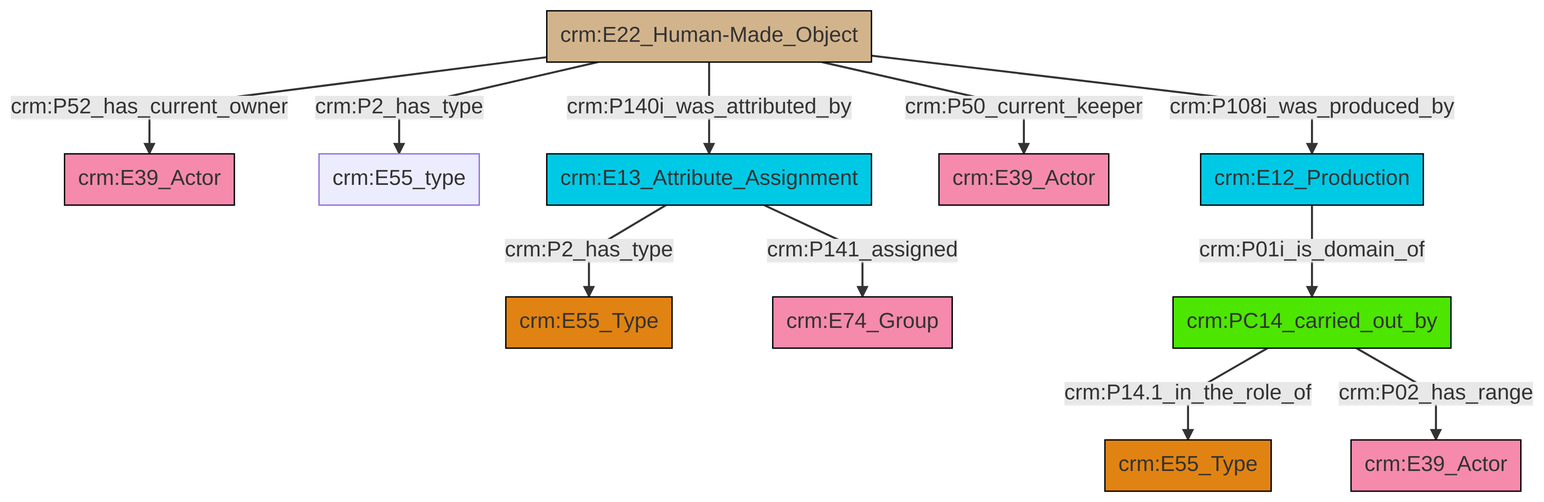
Above: et/artworkCSV/ttl/mmd/png/Artwork_Actor_Relations.png in swiss-art-research-net/reference-data-models (Mermaid), before the change. Its source is kept beside it as et/artworkCSV/ttl/mmd/Artwork_Actor_Relations.ttl.mmd.
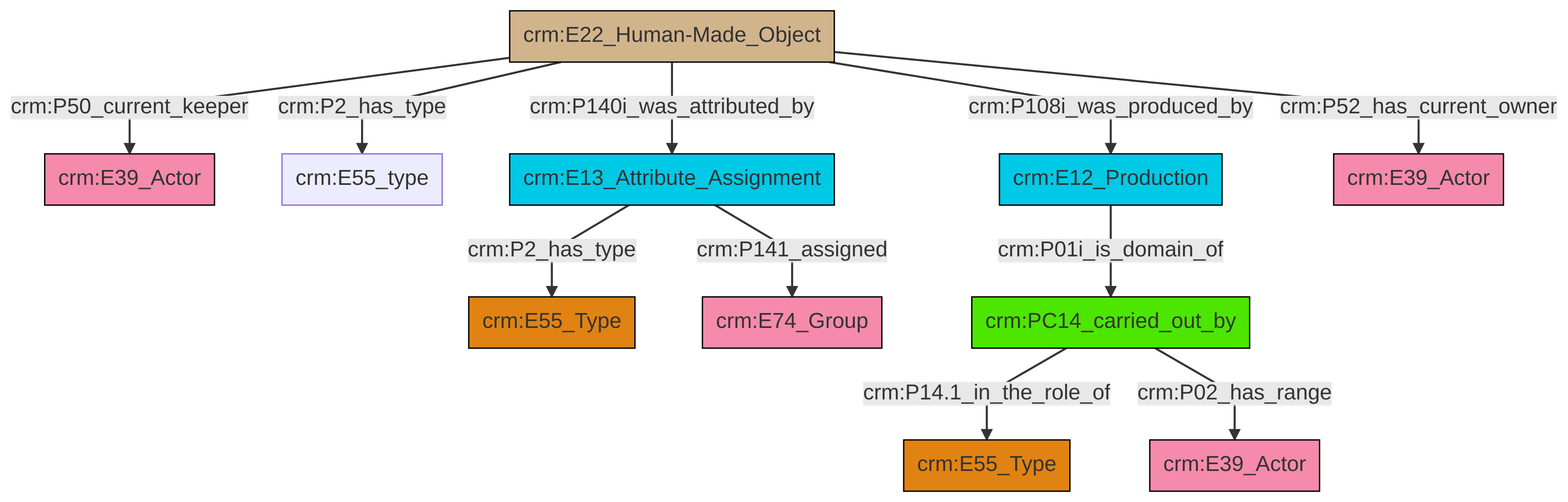
After the commit.

What changed in the source:
```diff
@@ -13,13 +13,13 @@
 classDef PC_Classes fill:#4ce600, stroke:#000000;
 classDef Multi fill:#cccccc,stroke:#000000;
 
-0["crm:E13_Attribute_Assignment"]:::Temporal_Entity -->|crm:P2_has_type| 6["crm:E55_Type"]:::Type
-2["crm:E22_Human-Made_Object"]:::Physical_Thing -->|crm:P52_has_current_owner| 8["crm:E39_Actor"]:::Actor
-2["crm:E22_Human-Made_Object"]:::Physical_Thing -->|crm:P2_has_type| 9["crm:E55_type"]:::Default
-11["crm:PC14_carried_out_by"]:::PC_Classes -->|crm:P14.1_in_the_role_of| 12["crm:E55_Type"]:::Type
-2["crm:E22_Human-Made_Object"]:::Physical_Thing -->|crm:P140i_was_attributed_by| 0["crm:E13_Attribute_Assignment"]:::Temporal_Entity
-2["crm:E22_Human-Made_Object"]:::Physical_Thing -->|crm:P50_current_keeper| 15["crm:E39_Actor"]:::Actor
-18["crm:E12_Production"]:::Temporal_Entity -->|crm:P01i_is_domain_of| 11["crm:PC14_carried_out_by"]:::PC_Classes
-2["crm:E22_Human-Made_Object"]:::Physical_Thing -->|crm:P108i_was_produced_by| 18["crm:E12_Production"]:::Temporal_Entity
-0["crm:E13_Attribute_Assignment"]:::Temporal_Entity -->|crm:P141_assigned| 13["crm:E74_Group"]:::Actor
-11["crm:PC14_carried_out_by"]:::PC_Classes -->|crm:P02_has_range| 4["crm:E39_Actor"]:::Actor
+2["crm:E22_Human-Made_Object"]:::Physical_Thing -->|crm:P50_current_keeper| 3["crm:E39_Actor"]:::Actor
+2["crm:E22_Human-Made_Object"]:::Physical_Thing -->|crm:P2_has_type| 7["crm:E55_type"]:::Default
+2["crm:E22_Human-Made_Object"]:::Physical_Thing -->|crm:P108i_was_produced_by| 8["crm:E12_Production"]:::Temporal_Entity
+2["crm:E22_Human-Made_Object"]:::Physical_Thing -->|crm:P140i_was_attributed_by| 12["crm:E13_Attribute_Assignment"]:::Temporal_Entity
+13["crm:PC14_carried_out_by"]:::PC_Classes -->|crm:P14.1_in_the_role_of| 15["crm:E55_Type"]:::Type
+2["crm:E22_Human-Made_Object"]:::Physical_Thing -->|crm:P52_has_current_owner| 19["crm:E39_Actor"]:::Actor
+12["crm:E13_Attribute_Assignment"]:::Temporal_Entity -->|crm:P141_assigned| 9["crm:E74_Group"]:::Actor
+12["crm:E13_Attribute_Assignment"]:::Temporal_Entity -->|crm:P2_has_type| 0["crm:E55_Type"]:::Type
+13["crm:PC14_carried_out_by"]:::PC_Classes -->|crm:P02_has_range| 5["crm:E39_Actor"]:::Actor
+8["crm:E12_Production"]:::Temporal_Entity -->|crm:P01i_is_domain_of| 13["crm:PC14_carried_out_by"]:::PC_Classes
```
